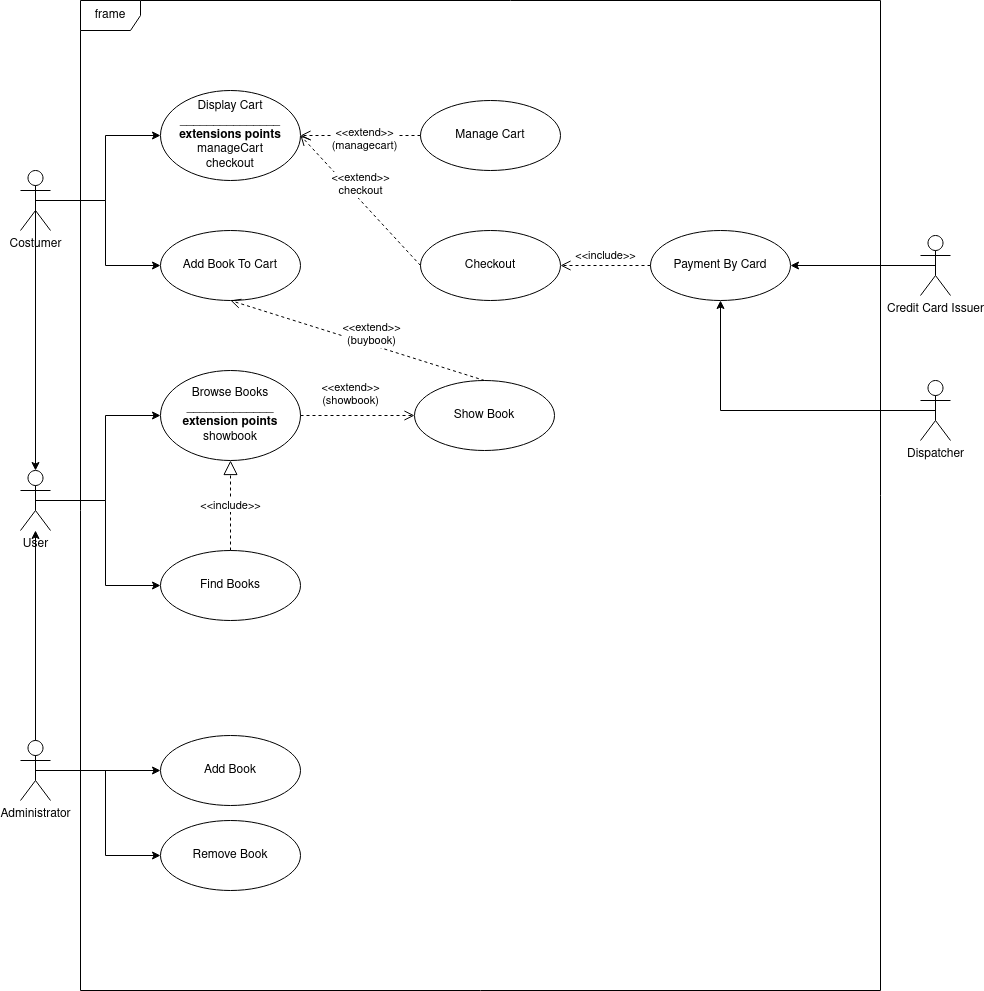
umb-hub/BookStore keeps this draw.io diagram as models/usecase_book.png. Above is the earlier version. Source tidied: cells renumbered, new cells last; positions are measured from the earlier drawing's top-left corner, leaving out a move shared by most shapes.
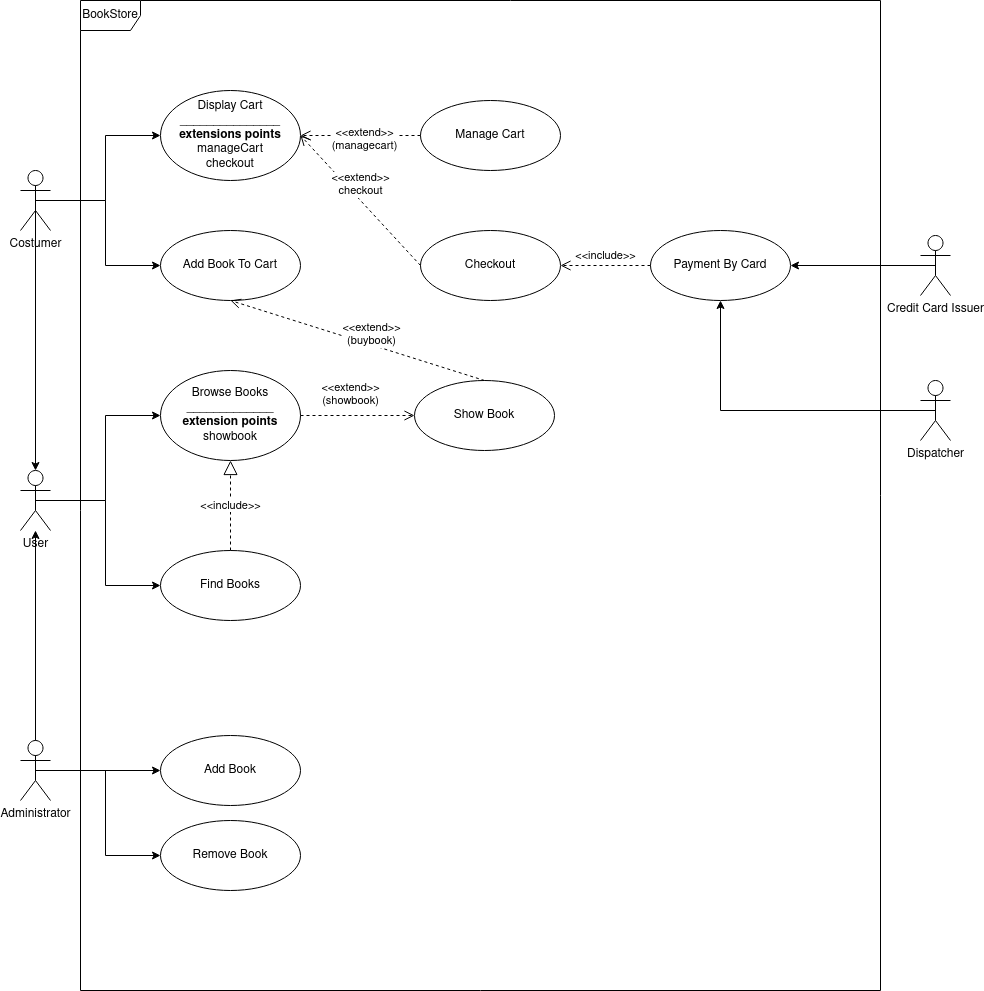
The same diagram one commit later.

The edit, as a diff of the source:
```diff
@@ -2,7 +2,7 @@
   <root>
     <mxCell id="0" />
     <mxCell id="1" parent="0" />
-    <mxCell id="2" value="frame" style="shape=umlFrame;whiteSpace=wrap;html=1;" parent="1" vertex="1">
+    <mxCell id="2" value="&lt;div&gt;BookStore&lt;/div&gt;" style="shape=umlFrame;whiteSpace=wrap;html=1;" parent="1" vertex="1">
       <mxGeometry x="60" width="800" height="990" as="geometry" />
     </mxCell>
     <mxCell id="3" style="edgeStyle=orthogonalEdgeStyle;rounded=0;jettySize=auto;html=1;exitX=0.5;exitY=0.5;exitDx=0;exitDy=0;exitPerimeter=0;entryX=0;entryY=0.5;entryDx=0;entryDy=0;" parent="1" edge="1" source="5" target="6">
```
